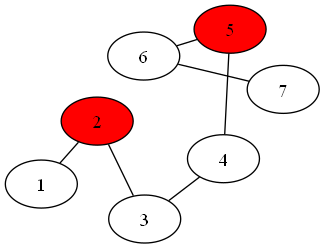
Before: GraphDomApp/GraphDomApp/MyGraph.png, a diagram exported from Graphviz (brimst0ne/vkr). Its source is kept beside it as GraphDomApp/GraphDomApp/MyGraph.gv.
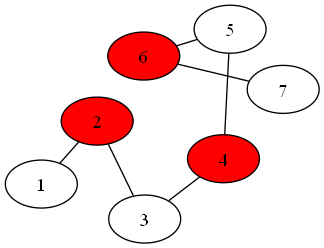
The same diagram one commit later.

What changed in the source:
```diff
@@ -13,5 +13,6 @@
 	5 -- 6;
 	6 -- 7;
     2 [style=filled, fillcolor=red];
-    5 [style=filled, fillcolor=red];
+    4 [style=filled, fillcolor=red];
+    6 [style=filled, fillcolor=red];
 }
```
